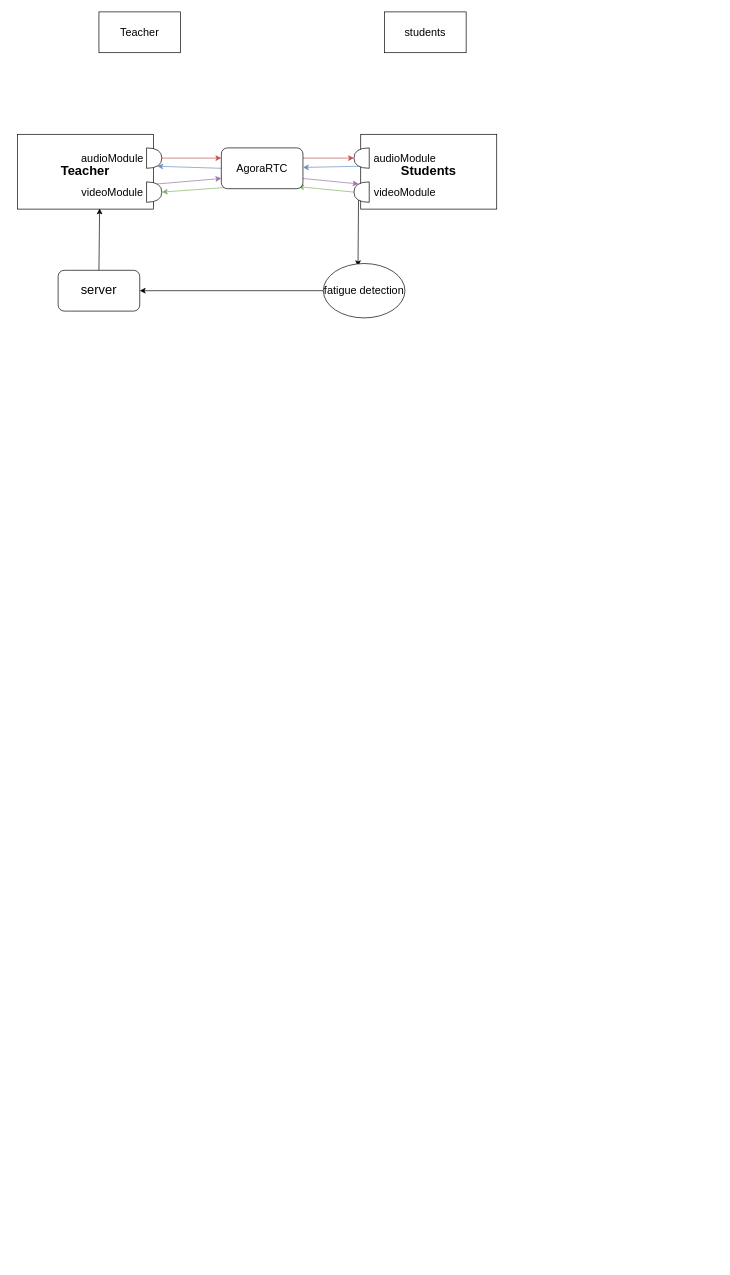
This is Untitled Diagram.drawio from GithubWangXiaoXi/draw-io, a draw.io file, before an edit. Source tidied: cells renumbered, new cells numbered last; positions are measured from the earlier drawing's top-left corner, leaving out a move shared by most shapes. Both pictures are drawn from the tidied source at 68%, with x=0, y=0 at pixel (17, 12). Pictures stored in the file or linked from it are replaced by grey dashed boxes.
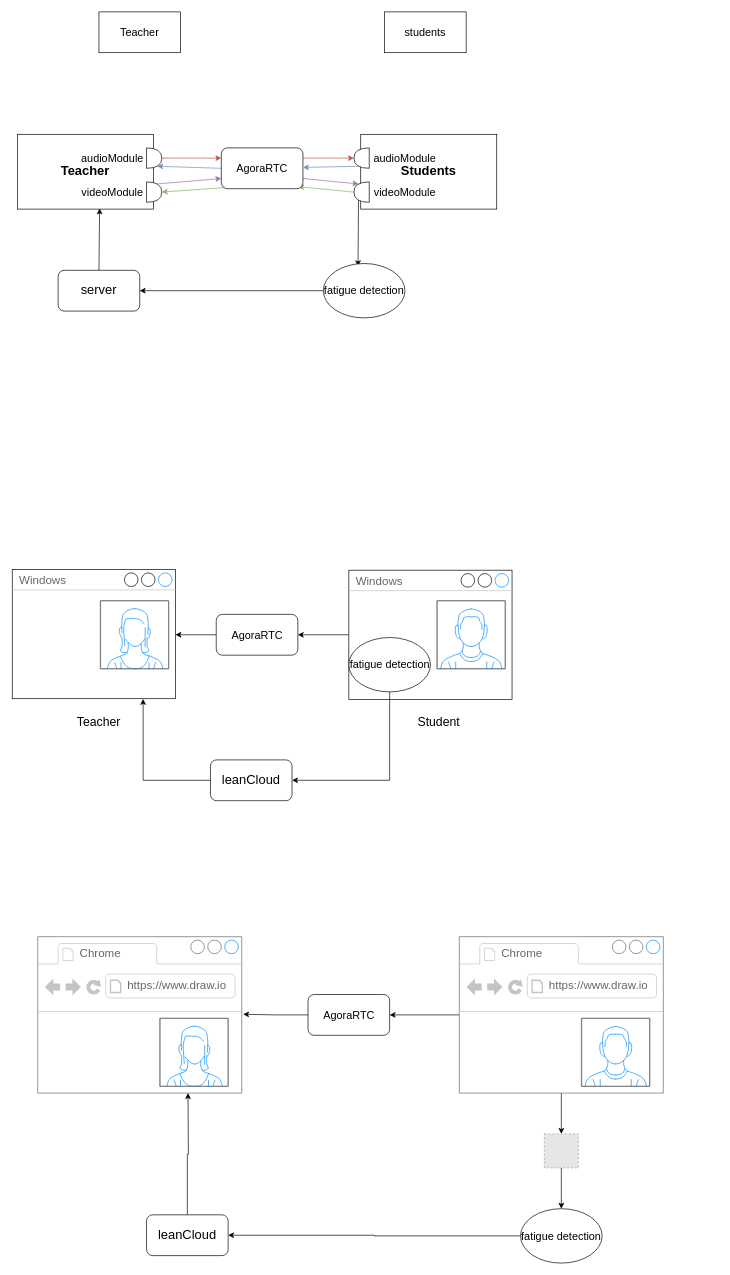
The same diagram, later.

What changed in the source:
```diff
@@
+    <mxCell id="28" value="Windows" style="strokeWidth=1;shadow=0;dashed=0;align=center;html=1;shape=mxgraph.mockup.containers.window;align=left;verticalAlign=top;spacingLeft=8;strokeColor2=#008cff;strokeColor3=#c4c4c4;fontColor=#666666;mainText=;fontSize=17;labelBackgroundColor=none;" parent="1" vertex="1">
+      <mxGeometry x="-7.5" y="820" width="240" height="190" as="geometry" />
+    </mxCell>
+    <mxCell id="29" style="edgeStyle=orthogonalEdgeStyle;rounded=0;jettySize=auto;html=1;entryX=1;entryY=0.5;entryDx=0;entryDy=0;fontSize=18;fontColor=#000000;" parent="1" edge="1" source="30" target="34">
+      <mxGeometry relative="1" as="geometry" />
+    </mxCell>
+    <mxCell id="30" value="Windows" style="strokeWidth=1;shadow=0;dashed=0;align=center;html=1;shape=mxgraph.mockup.containers.window;align=left;verticalAlign=top;spacingLeft=8;strokeColor2=#008cff;strokeColor3=#c4c4c4;fontColor=#666666;mainText=;fontSize=17;labelBackgroundColor=none;" parent="1" vertex="1">
+      <mxGeometry x="487.5" y="821" width="240" height="190" as="geometry" />
+    </mxCell>
+    <mxCell id="31" style="verticalLabelPosition=bottom;shadow=0;dashed=0;align=center;html=1;verticalAlign=top;strokeWidth=1;shape=mxgraph.mockup.containers.userMale;strokeColor=#666666;strokeColor2=#008cff;" parent="1" vertex="1">
+      <mxGeometry x="617.5" y="866" width="100" height="100" as="geometry" />
+    </mxCell>
+    <mxCell id="32" style="verticalLabelPosition=bottom;shadow=0;dashed=0;align=center;html=1;verticalAlign=top;strokeWidth=1;shape=mxgraph.mockup.containers.userFemale;strokeColor=#666666;strokeColor2=#008cff;fontSize=18;fontColor=#000000;" parent="1" vertex="1">
+      <mxGeometry x="122.5" y="866" width="100" height="100" as="geometry" />
+    </mxCell>
+    <mxCell id="33" style="edgeStyle=orthogonalEdgeStyle;rounded=0;jettySize=auto;html=1;exitX=0;exitY=0.5;exitDx=0;exitDy=0;entryX=1;entryY=0.505;entryDx=0;entryDy=0;entryPerimeter=0;fontSize=18;fontColor=#000000;" parent="1" edge="1" source="34" target="28">
+      <mxGeometry relative="1" as="geometry" />
+    </mxCell>
+    <mxCell id="34" value="AgoraRTC" style="rounded=1;whiteSpace=wrap;html=1;fontSize=16;" parent="1" vertex="1">
+      <mxGeometry x="292.5" y="886" width="120" height="60" as="geometry" />
+    </mxCell>
+    <mxCell id="35" style="strokeWidth=1;shadow=0;dashed=0;align=center;html=1;shape=mxgraph.mockup.containers.browserWindow;rSize=0;strokeColor=#666666;strokeColor2=#008cff;strokeColor3=#c4c4c4;mainText=,;fontSize=18;fontColor=#000000;" parent="1" vertex="1">
+      <mxGeometry x="30" y="1360" width="300" height="230" as="geometry" />
+    </mxCell>
+    <mxCell id="36" value="Chrome" style="strokeWidth=1;shadow=0;dashed=0;align=center;html=1;shape=mxgraph.mockup.containers.anchor;fontSize=17;fontColor=#666666;align=left;" parent="35" vertex="1">
+      <mxGeometry x="60" y="12" width="110" height="26" as="geometry" />
+    </mxCell>
+    <mxCell id="37" value="https://www.draw.io" style="strokeWidth=1;shadow=0;dashed=0;align=center;html=1;shape=mxgraph.mockup.containers.anchor;rSize=0;fontSize=17;fontColor=#666666;align=left;" parent="35" vertex="1">
+      <mxGeometry x="130" y="60" width="250" height="26" as="geometry" />
+    </mxCell>
+    <mxCell id="38" style="verticalLabelPosition=bottom;shadow=0;dashed=0;align=center;html=1;verticalAlign=top;strokeWidth=1;shape=mxgraph.mockup.containers.userFemale;strokeColor=#666666;strokeColor2=#008cff;fontSize=18;fontColor=#000000;" parent="35" vertex="1">
+      <mxGeometry x="180" y="120" width="100" height="100" as="geometry" />
+    </mxCell>
+    <mxCell id="39" style="edgeStyle=orthogonalEdgeStyle;rounded=0;jettySize=auto;html=1;fontSize=18;fontColor=#000000;" parent="1" edge="1" source="41" target="46">
+      <mxGeometry relative="1" as="geometry" />
+    </mxCell>
+    <mxCell id="40" style="edgeStyle=orthogonalEdgeStyle;rounded=0;jettySize=auto;html=1;entryX=0.5;entryY=0;entryDx=0;entryDy=0;fontSize=18;fontColor=#000000;" parent="1" edge="1" source="41" target="48">
+      <mxGeometry relative="1" as="geometry" />
+    </mxCell>
+    <mxCell id="41" style="strokeWidth=1;shadow=0;dashed=0;align=center;html=1;shape=mxgraph.mockup.containers.browserWindow;rSize=0;strokeColor=#666666;strokeColor2=#008cff;strokeColor3=#c4c4c4;mainText=,;fontSize=18;fontColor=#000000;" parent="1" vertex="1">
+      <mxGeometry x="650" y="1360" width="300" height="230" as="geometry" />
+    </mxCell>
+    <mxCell id="42" value="Chrome" style="strokeWidth=1;shadow=0;dashed=0;align=center;html=1;shape=mxgraph.mockup.containers.anchor;fontSize=17;fontColor=#666666;align=left;" parent="41" vertex="1">
+      <mxGeometry x="60" y="12" width="110" height="26" as="geometry" />
+    </mxCell>
+    <mxCell id="43" value="https://www.draw.io" style="strokeWidth=1;shadow=0;dashed=0;align=center;html=1;shape=mxgraph.mockup.containers.anchor;rSize=0;fontSize=17;fontColor=#666666;align=left;" parent="41" vertex="1">
+      <mxGeometry x="130" y="60" width="250" height="26" as="geometry" />
+    </mxCell>
+    <mxCell id="44" style="verticalLabelPosition=bottom;shadow=0;dashed=0;align=center;html=1;verticalAlign=top;strokeWidth=1;shape=mxgraph.mockup.containers.userMale;strokeColor=#666666;strokeColor2=#008cff;" parent="41" vertex="1">
+      <mxGeometry x="180" y="120" width="100" height="100" as="geometry" />
+    </mxCell>
+    <mxCell id="45" style="edgeStyle=orthogonalEdgeStyle;rounded=0;jettySize=auto;html=1;entryX=1.007;entryY=0.496;entryDx=0;entryDy=0;entryPerimeter=0;fontSize=18;fontColor=#000000;" parent="1" edge="1" source="46" target="35">
+      <mxGeometry relative="1" as="geometry" />
+    </mxCell>
+    <mxCell id="46" value="AgoraRTC" style="rounded=1;whiteSpace=wrap;html=1;fontSize=16;" parent="1" vertex="1">
+      <mxGeometry x="427.5" y="1445" width="120" height="60" as="geometry" />
+    </mxCell>
+    <mxCell id="47" style="edgeStyle=orthogonalEdgeStyle;rounded=0;jettySize=auto;html=1;entryX=0.5;entryY=0;entryDx=0;entryDy=0;fontSize=18;fontColor=#000000;" parent="1" edge="1" source="48" target="50">
+      <mxGeometry relative="1" as="geometry" />
+    </mxCell>
+    <mxCell id="48" style="fillColor=#E6E6E6;strokeColor=#999999;dashed=1;verticalLabelPosition=bottom;labelBackgroundColor=default;verticalAlign=top;" parent="1" vertex="1">
+      <mxGeometry x="775" y="1650" width="50" height="50" as="geometry" />
+    </mxCell>
+    <mxCell id="49" style="edgeStyle=orthogonalEdgeStyle;rounded=0;jettySize=auto;html=1;entryX=1;entryY=0.5;entryDx=0;entryDy=0;fontSize=18;fontColor=#000000;" parent="1" edge="1" source="50" target="52">
+      <mxGeometry relative="1" as="geometry" />
+    </mxCell>
+    <mxCell id="50" value="fatigue detection" style="ellipse;whiteSpace=wrap;html=1;fontSize=16;" parent="1" vertex="1">
+      <mxGeometry x="740" y="1760" width="120" height="80" as="geometry" />
+    </mxCell>
+    <mxCell id="51" style="edgeStyle=orthogonalEdgeStyle;rounded=0;jettySize=auto;html=1;exitX=0.5;exitY=0;exitDx=0;exitDy=0;fontSize=18;fontColor=#000000;" parent="1" edge="1" source="52">
+      <mxGeometry relative="1" as="geometry">
+        <mxPoint x="251" y="1590" as="targetPoint" />
+      </mxGeometry>
+    </mxCell>
+    <mxCell id="52" value="leanCloud" style="rounded=1;whiteSpace=wrap;html=1;fontSize=19;" parent="1" vertex="1">
+      <mxGeometry x="190" y="1769" width="120" height="60" as="geometry" />
+    </mxCell>
+    <mxCell id="53" style="edgeStyle=orthogonalEdgeStyle;rounded=0;jettySize=auto;html=1;exitX=0.5;exitY=1;exitDx=0;exitDy=0;entryX=1;entryY=0.5;entryDx=0;entryDy=0;fontSize=18;fontColor=#000000;" parent="1" edge="1" source="54" target="58">
+      <mxGeometry relative="1" as="geometry" />
+    </mxCell>
+    <mxCell id="54" value="fatigue detection" style="ellipse;whiteSpace=wrap;html=1;fontSize=16;" parent="1" vertex="1">
+      <mxGeometry x="487.5" y="920" width="120" height="80" as="geometry" />
+    </mxCell>
+    <mxCell id="55" value="Teacher" style="text;html=1;strokeColor=none;fillColor=none;align=center;verticalAlign=middle;whiteSpace=wrap;rounded=0;fontSize=18;fontColor=#000000;" parent="1" vertex="1">
+      <mxGeometry x="90" y="1029" width="60" height="30" as="geometry" />
+    </mxCell>
+    <mxCell id="56" value="Student" style="text;html=1;strokeColor=none;fillColor=none;align=center;verticalAlign=middle;whiteSpace=wrap;rounded=0;fontSize=18;fontColor=#000000;" parent="1" vertex="1">
+      <mxGeometry x="590" y="1029" width="60" height="30" as="geometry" />
+    </mxCell>
+    <mxCell id="57" style="edgeStyle=orthogonalEdgeStyle;rounded=0;jettySize=auto;html=1;entryX=0.802;entryY=1.002;entryDx=0;entryDy=0;entryPerimeter=0;fontSize=18;fontColor=#000000;" parent="1" edge="1" source="58" target="28">
+      <mxGeometry relative="1" as="geometry" />
+    </mxCell>
+    <mxCell id="58" value="leanCloud" style="rounded=1;whiteSpace=wrap;html=1;fontSize=19;" parent="1" vertex="1">
+      <mxGeometry x="284" y="1100" width="120" height="60" as="geometry" />
+    </mxCell>
```
